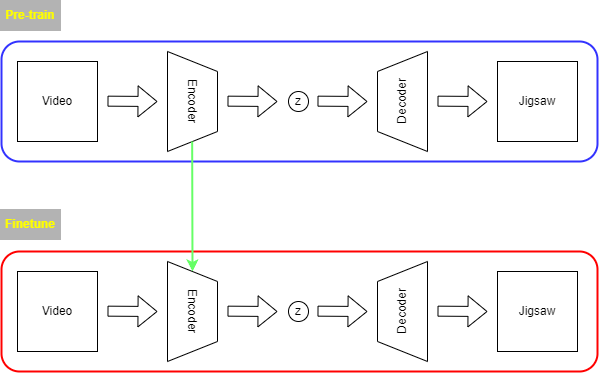
Kyoungrae-Noh/Self-Supervised-Learning keeps this draw.io diagram as explain using only draw.png. Above is the earlier version. Source tidied: cells renumbered, new cells last; positions are measured from the earlier drawing's top-left corner, leaving out a move shared by most shapes.
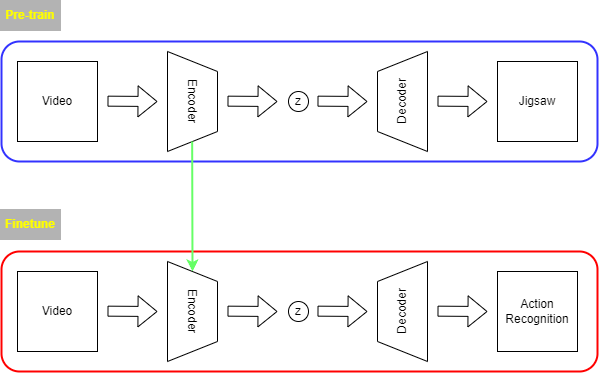
Above is the later version.

The edit, as a diff of the source:
```diff
@@ -89,7 +89,7 @@
         <mxPoint x="487" y="311" as="targetPoint" />
       </mxGeometry>
     </mxCell>
-    <mxCell id="23" value="&lt;font color=&quot;#000000&quot;&gt;Jigsaw&lt;/font&gt;" style="whiteSpace=wrap;html=1;strokeColor=#000000;fontColor=#FFFF00;fillColor=#FFFFFF;" parent="1" vertex="1">
+    <mxCell id="23" value="&lt;font color=&quot;#000000&quot;&gt;Action&lt;br&gt;Recognition&lt;br&gt;&lt;/font&gt;" style="whiteSpace=wrap;html=1;strokeColor=#000000;fontColor=#FFFF00;fillColor=#FFFFFF;" parent="1" vertex="1">
       <mxGeometry x="497" y="271" width="80" height="80" as="geometry" />
     </mxCell>
     <mxCell id="24" style="endArrow=classic;html=1;rounded=0;fontColor=#000000;entryX=0;entryY=0.5;entryDx=0;entryDy=0;strokeColor=#66FF66;strokeWidth=2;" parent="1" edge="1" target="17">
```
